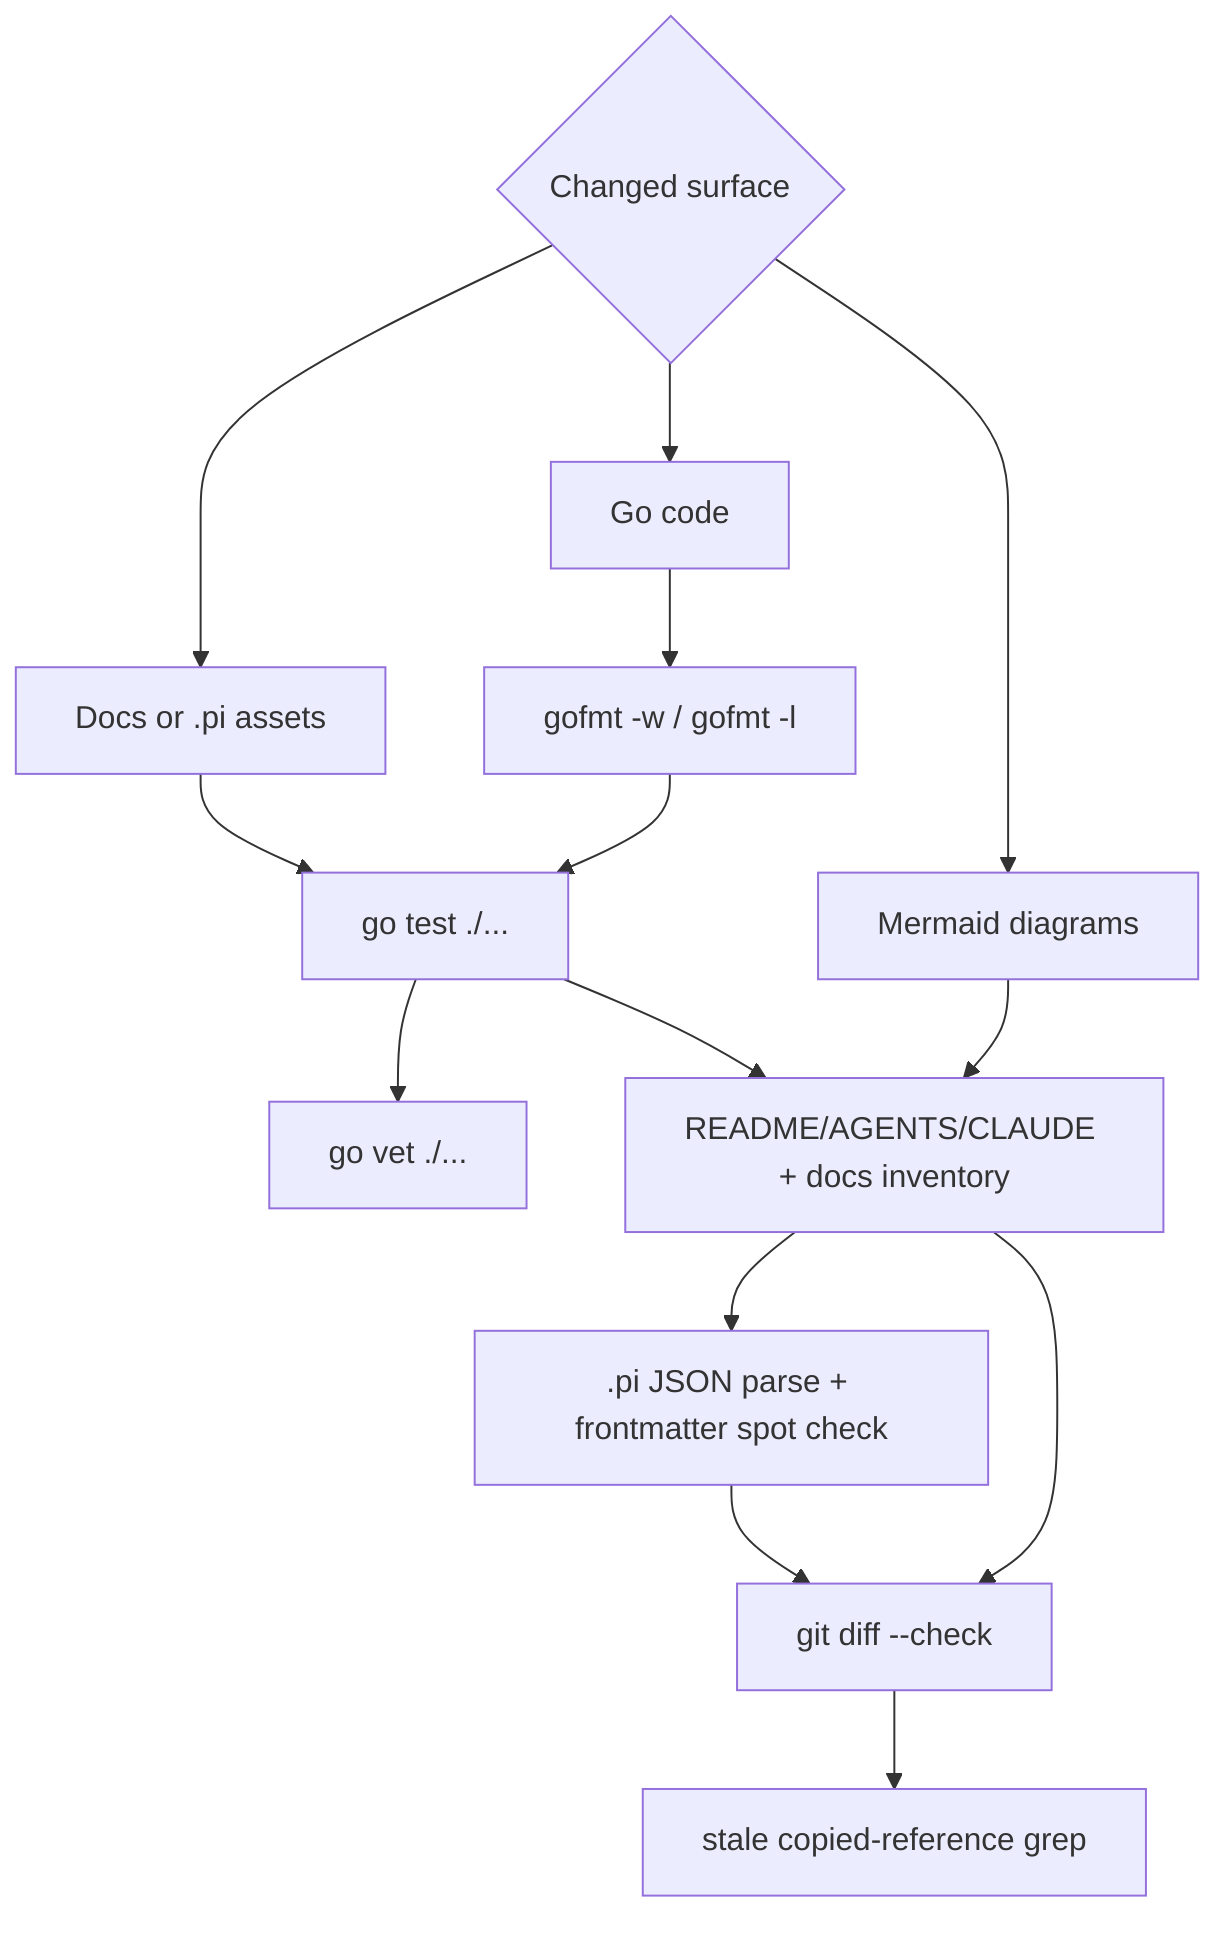
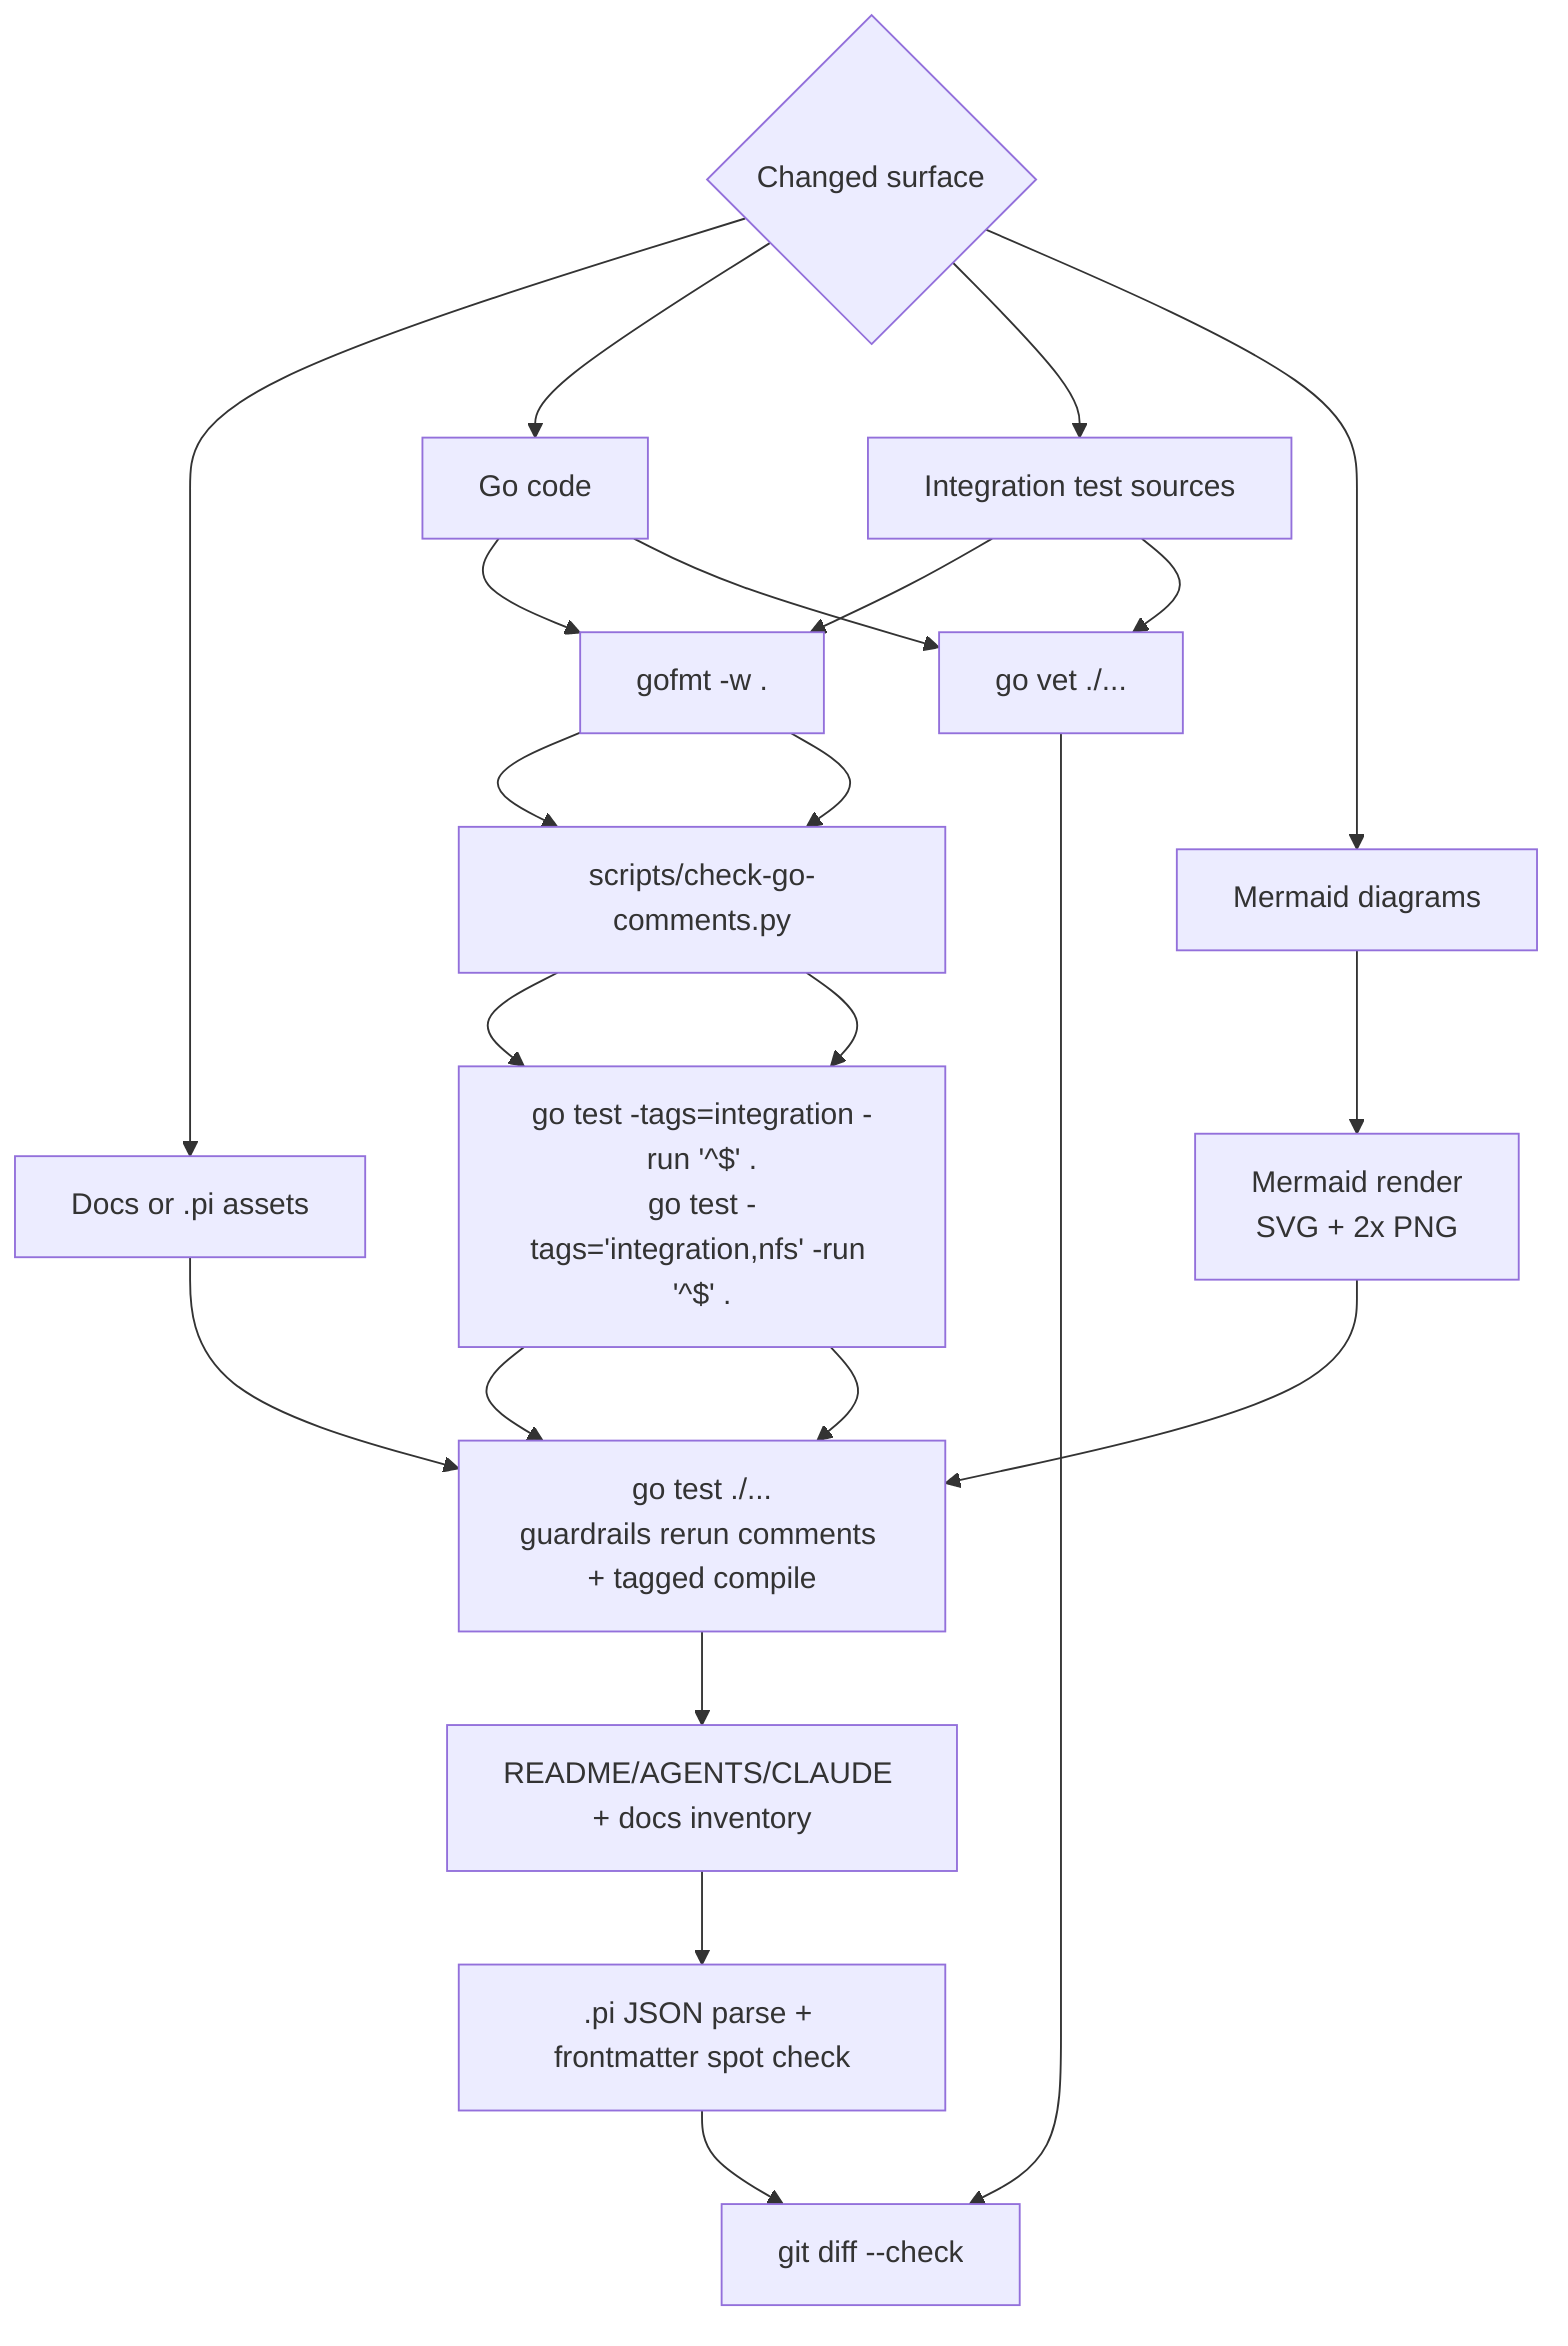
flowchart TD
    change{Changed surface}
    docs[Docs or .pi assets]
    code[Go code]
+     integration[Integration test sources]
    diagrams[Mermaid diagrams]
-     tests[go test ./...]
+     fmt[gofmt -w .]
+     comments[scripts/check-go-comments.py]
+     render["Mermaid render<br/>SVG + 2x PNG"]
+     tagged["go test -tags=integration -run '^$' .<br/>go test -tags='integration,nfs' -run '^$' ."]
+     tests["go test ./...<br/>guardrails rerun comments + tagged compile"]
    vet[go vet ./...]
-     fmt[gofmt -w / gofmt -l]
    inventory[README/AGENTS/CLAUDE + docs inventory]
    pi[.pi JSON parse + frontmatter spot check]
    diff[git diff --check]
-     grep[stale copied-reference grep]

    change --> docs
    change --> code
+     change --> integration
    change --> diagrams
-     docs --> tests --> inventory --> pi --> diff --> grep
-     code --> fmt --> tests --> vet
-     diagrams --> inventory --> diff
+     docs --> tests
+     code --> fmt --> comments --> tagged --> tests
+     integration --> fmt --> comments --> tagged --> tests
+     integration --> vet
+     diagrams --> render --> tests
+     code --> vet
+     tests --> inventory --> pi --> diff
+     vet --> diff
